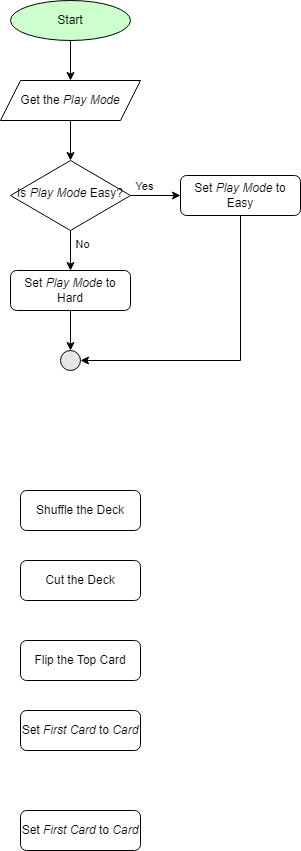
This is Red_Black_High_Low.drawio.png from ferthelet/techlelevator, a draw.io export, as it was before one commit. Source tidied: cells renumbered, new cells last; positions are measured from the earlier drawing's top-left corner, leaving out a move shared by most shapes. Its diagram source:
```xml
<mxGraphModel>
  <root>
    <mxCell id="0" />
    <mxCell id="1" parent="0" />
    <mxCell id="2" style="edgeStyle=orthogonalEdgeStyle;rounded=0;jettySize=auto;html=1;" parent="1" edge="1" source="3" target="17">
      <mxGeometry relative="1" as="geometry" />
    </mxCell>
    <mxCell id="3" value="Start" style="ellipse;whiteSpace=wrap;html=1;fillColor=#CCFFCC;" parent="1" vertex="1">
      <mxGeometry x="10" width="120" height="40" as="geometry" />
    </mxCell>
    <mxCell id="4" value="Shuffle the Deck" style="rounded=1;whiteSpace=wrap;html=1;fontSize=12;glass=0;strokeWidth=1;shadow=0;" parent="1" vertex="1">
      <mxGeometry x="20" y="490" width="120" height="40" as="geometry" />
    </mxCell>
    <mxCell id="5" value="Cut the Deck" style="rounded=1;whiteSpace=wrap;html=1;fontSize=12;glass=0;strokeWidth=1;shadow=0;" parent="1" vertex="1">
      <mxGeometry x="20" y="560" width="120" height="40" as="geometry" />
    </mxCell>
    <mxCell id="6" value="Flip the Top Card" style="rounded=1;whiteSpace=wrap;html=1;fontSize=12;glass=0;strokeWidth=1;shadow=0;" parent="1" vertex="1">
      <mxGeometry x="20" y="640" width="120" height="40" as="geometry" />
    </mxCell>
    <mxCell id="7" value="Set &lt;i&gt;First Card&lt;/i&gt; to &lt;i&gt;Card&lt;/i&gt;" style="rounded=1;whiteSpace=wrap;html=1;fontSize=12;glass=0;strokeWidth=1;shadow=0;" parent="1" vertex="1">
      <mxGeometry x="20" y="710" width="120" height="40" as="geometry" />
    </mxCell>
    <mxCell id="8" value="Set &lt;i&gt;First Card&lt;/i&gt; to &lt;i&gt;Card&lt;/i&gt;" style="rounded=1;whiteSpace=wrap;html=1;fontSize=12;glass=0;strokeWidth=1;shadow=0;" parent="1" vertex="1">
      <mxGeometry x="20" y="810" width="120" height="40" as="geometry" />
    </mxCell>
    <mxCell id="9" style="edgeStyle=orthogonalEdgeStyle;rounded=0;jettySize=auto;html=1;" parent="1" edge="1" source="13" target="19">
      <mxGeometry relative="1" as="geometry" />
    </mxCell>
    <mxCell id="10" value="No" style="edgeLabel;html=1;align=center;verticalAlign=middle;" parent="9" vertex="1">
      <mxGeometry x="0.05" y="3" relative="1" as="geometry">
        <mxPoint x="8" y="-8" as="offset" />
      </mxGeometry>
    </mxCell>
    <mxCell id="11" style="edgeStyle=orthogonalEdgeStyle;rounded=0;jettySize=auto;html=1;" parent="1" edge="1" source="13" target="15">
      <mxGeometry relative="1" as="geometry" />
    </mxCell>
    <mxCell id="12" value="Yes" style="edgeLabel;html=1;align=center;verticalAlign=middle;" parent="11" vertex="1">
      <mxGeometry x="-0.28" relative="1" as="geometry">
        <mxPoint x="-5" y="-10" as="offset" />
      </mxGeometry>
    </mxCell>
    <mxCell id="13" value="Is&lt;i&gt; Play Mode&lt;/i&gt;&amp;nbsp;Easy?" style="rhombus;whiteSpace=wrap;html=1;shadow=0;fontFamily=Helvetica;fontSize=12;align=center;strokeWidth=1;spacing=6;spacingTop=-4;" parent="1" vertex="1">
      <mxGeometry x="10" y="160" width="120" height="70" as="geometry" />
    </mxCell>
    <mxCell id="14" style="edgeStyle=orthogonalEdgeStyle;rounded=0;jettySize=auto;html=1;entryX=1;entryY=0.5;entryDx=0;entryDy=0;" parent="1" edge="1" source="15" target="20">
      <mxGeometry relative="1" as="geometry">
        <Array as="points">
          <mxPoint x="240" y="360" />
        </Array>
      </mxGeometry>
    </mxCell>
    <mxCell id="15" value="Set &lt;i&gt;Play Mode&lt;/i&gt; to Easy" style="rounded=1;whiteSpace=wrap;html=1;fontSize=12;glass=0;strokeWidth=1;shadow=0;" parent="1" vertex="1">
      <mxGeometry x="180" y="175" width="120" height="40" as="geometry" />
    </mxCell>
    <mxCell id="16" style="edgeStyle=orthogonalEdgeStyle;rounded=0;jettySize=auto;html=1;" parent="1" edge="1" source="17" target="13">
      <mxGeometry relative="1" as="geometry" />
    </mxCell>
    <mxCell id="17" value="Get the &lt;i&gt;Play Mode&lt;/i&gt;" style="shape=parallelogram;perimeter=parallelogramPerimeter;whiteSpace=wrap;html=1;fixedSize=1;" parent="1" vertex="1">
      <mxGeometry y="80" width="140" height="40" as="geometry" />
    </mxCell>
    <mxCell id="18" style="edgeStyle=orthogonalEdgeStyle;rounded=0;jettySize=auto;html=1;" parent="1" edge="1" source="19" target="20">
      <mxGeometry relative="1" as="geometry" />
    </mxCell>
    <mxCell id="19" value="Set &lt;i&gt;Play Mode&lt;/i&gt; to Hard" style="rounded=1;whiteSpace=wrap;html=1;fontSize=12;glass=0;strokeWidth=1;shadow=0;" parent="1" vertex="1">
      <mxGeometry x="10" y="270" width="120" height="40" as="geometry" />
    </mxCell>
    <mxCell id="20" style="ellipse;whiteSpace=wrap;html=1;fillColor=#E6E6E6;" parent="1" vertex="1">
      <mxGeometry x="60" y="350" width="20" height="20" as="geometry" />
    </mxCell>
  </root>
</mxGraphModel>
```
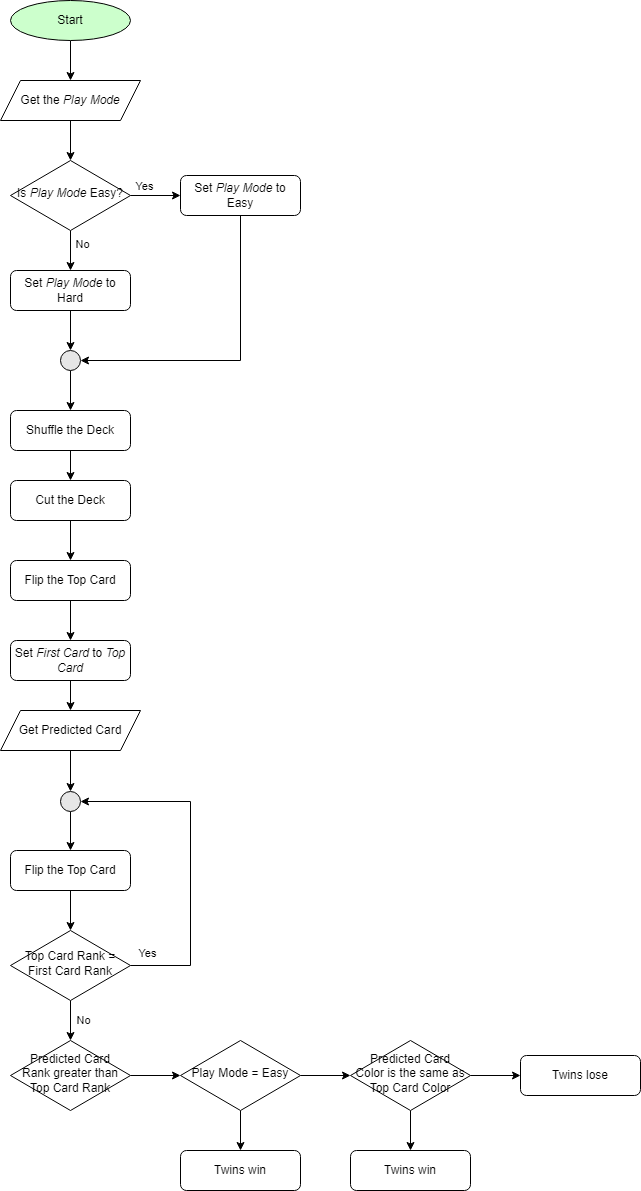
After the change.

What changed in the source:
```diff
@@ -8,21 +8,24 @@
     <mxCell id="3" value="Start" style="ellipse;whiteSpace=wrap;html=1;fillColor=#CCFFCC;" parent="1" vertex="1">
       <mxGeometry x="10" width="120" height="40" as="geometry" />
     </mxCell>
+    <mxCell id="21" style="edgeStyle=orthogonalEdgeStyle;rounded=0;jettySize=auto;html=1;entryX=0.5;entryY=0;entryDx=0;entryDy=0;" parent="1" edge="1" source="4" target="5">
+      <mxGeometry relative="1" as="geometry" />
+    </mxCell>
     <mxCell id="4" value="Shuffle the Deck" style="rounded=1;whiteSpace=wrap;html=1;fontSize=12;glass=0;strokeWidth=1;shadow=0;" parent="1" vertex="1">
-      <mxGeometry x="20" y="490" width="120" height="40" as="geometry" />
+      <mxGeometry x="10" y="410" width="120" height="40" as="geometry" />
     </mxCell>
+    <mxCell id="22" style="edgeStyle=orthogonalEdgeStyle;rounded=0;jettySize=auto;html=1;entryX=0.5;entryY=0;entryDx=0;entryDy=0;" parent="1" edge="1" source="5" target="6">
+      <mxGeometry relative="1" as="geometry" />
+    </mxCell>
     <mxCell id="5" value="Cut the Deck" style="rounded=1;whiteSpace=wrap;html=1;fontSize=12;glass=0;strokeWidth=1;shadow=0;" parent="1" vertex="1">
-      <mxGeometry x="20" y="560" width="120" height="40" as="geometry" />
+      <mxGeometry x="10" y="480" width="120" height="40" as="geometry" />
     </mxCell>
+    <mxCell id="23" style="edgeStyle=orthogonalEdgeStyle;rounded=0;jettySize=auto;html=1;entryX=0.5;entryY=0;entryDx=0;entryDy=0;" parent="1" edge="1" source="6" target="41">
+      <mxGeometry relative="1" as="geometry" />
+    </mxCell>
     <mxCell id="6" value="Flip the Top Card" style="rounded=1;whiteSpace=wrap;html=1;fontSize=12;glass=0;strokeWidth=1;shadow=0;" parent="1" vertex="1">
-      <mxGeometry x="20" y="640" width="120" height="40" as="geometry" />
+      <mxGeometry x="10" y="560" width="120" height="40" as="geometry" />
     </mxCell>
-    <mxCell id="7" value="Set &lt;i&gt;First Card&lt;/i&gt; to &lt;i&gt;Card&lt;/i&gt;" style="rounded=1;whiteSpace=wrap;html=1;fontSize=12;glass=0;strokeWidth=1;shadow=0;" parent="1" vertex="1">
-      <mxGeometry x="20" y="710" width="120" height="40" as="geometry" />
-    </mxCell>
-    <mxCell id="8" value="Set &lt;i&gt;First Card&lt;/i&gt; to &lt;i&gt;Card&lt;/i&gt;" style="rounded=1;whiteSpace=wrap;html=1;fontSize=12;glass=0;strokeWidth=1;shadow=0;" parent="1" vertex="1">
-      <mxGeometry x="20" y="810" width="120" height="40" as="geometry" />
-    </mxCell>
     <mxCell id="9" style="edgeStyle=orthogonalEdgeStyle;rounded=0;jettySize=auto;html=1;" parent="1" edge="1" source="13" target="19">
       <mxGeometry relative="1" as="geometry" />
     </mxCell>
@@ -64,8 +67,92 @@
     <mxCell id="19" value="Set &lt;i&gt;Play Mode&lt;/i&gt; to Hard" style="rounded=1;whiteSpace=wrap;html=1;fontSize=12;glass=0;strokeWidth=1;shadow=0;" parent="1" vertex="1">
       <mxGeometry x="10" y="270" width="120" height="40" as="geometry" />
     </mxCell>
+    <mxCell id="24" style="edgeStyle=orthogonalEdgeStyle;rounded=0;jettySize=auto;html=1;entryX=0.5;entryY=0;entryDx=0;entryDy=0;" parent="1" edge="1" source="20" target="4">
+      <mxGeometry relative="1" as="geometry" />
+    </mxCell>
     <mxCell id="20" style="ellipse;whiteSpace=wrap;html=1;fillColor=#E6E6E6;" parent="1" vertex="1">
       <mxGeometry x="60" y="350" width="20" height="20" as="geometry" />
     </mxCell>
+    <mxCell id="25" style="edgeStyle=orthogonalEdgeStyle;rounded=0;jettySize=auto;html=1;exitX=0.5;exitY=1;exitDx=0;exitDy=0;entryX=0.5;entryY=0;entryDx=0;entryDy=0;" parent="1" edge="1" source="26" target="48">
+      <mxGeometry relative="1" as="geometry" />
+    </mxCell>
+    <mxCell id="26" value="Get Predicted Card" style="shape=parallelogram;perimeter=parallelogramPerimeter;whiteSpace=wrap;html=1;fixedSize=1;" parent="1" vertex="1">
+      <mxGeometry y="710" width="140" height="40" as="geometry" />
+    </mxCell>
+    <mxCell id="27" style="edgeStyle=orthogonalEdgeStyle;rounded=0;jettySize=auto;html=1;" parent="1" edge="1" source="28" target="33">
+      <mxGeometry relative="1" as="geometry" />
+    </mxCell>
+    <mxCell id="28" value="Predicted Card Rank greater than Top Card Rank" style="rhombus;whiteSpace=wrap;html=1;shadow=0;fontFamily=Helvetica;fontSize=12;align=center;strokeWidth=1;spacing=6;spacingTop=-4;" parent="1" vertex="1">
+      <mxGeometry x="10" y="1040" width="120" height="70" as="geometry" />
+    </mxCell>
+    <mxCell id="29" style="edgeStyle=orthogonalEdgeStyle;rounded=0;jettySize=auto;html=1;exitX=0.5;exitY=1;exitDx=0;exitDy=0;entryX=0.5;entryY=0;entryDx=0;entryDy=0;" parent="1" edge="1" source="30" target="46">
+      <mxGeometry relative="1" as="geometry" />
+    </mxCell>
+    <mxCell id="30" value="Flip the Top Card" style="rounded=1;whiteSpace=wrap;html=1;fontSize=12;glass=0;strokeWidth=1;shadow=0;" parent="1" vertex="1">
+      <mxGeometry x="10" y="850" width="120" height="40" as="geometry" />
+    </mxCell>
+    <mxCell id="31" style="edgeStyle=orthogonalEdgeStyle;rounded=0;jettySize=auto;html=1;" parent="1" edge="1" source="33" target="38">
+      <mxGeometry relative="1" as="geometry" />
+    </mxCell>
+    <mxCell id="32" style="edgeStyle=orthogonalEdgeStyle;rounded=0;jettySize=auto;html=1;" parent="1" edge="1" source="33" target="35">
+      <mxGeometry relative="1" as="geometry" />
+    </mxCell>
+    <mxCell id="33" value="Play Mode = Easy" style="rhombus;whiteSpace=wrap;html=1;shadow=0;fontFamily=Helvetica;fontSize=12;align=center;strokeWidth=1;spacing=6;spacingTop=-4;" parent="1" vertex="1">
+      <mxGeometry x="180" y="1040" width="120" height="70" as="geometry" />
+    </mxCell>
+    <mxCell id="34" value="Twins win" style="rounded=1;whiteSpace=wrap;html=1;fontSize=12;glass=0;strokeWidth=1;shadow=0;" parent="1" vertex="1">
+      <mxGeometry x="350" y="1150" width="120" height="40" as="geometry" />
+    </mxCell>
+    <mxCell id="35" value="Twins win" style="rounded=1;whiteSpace=wrap;html=1;fontSize=12;glass=0;strokeWidth=1;shadow=0;" parent="1" vertex="1">
+      <mxGeometry x="180" y="1150" width="120" height="40" as="geometry" />
+    </mxCell>
+    <mxCell id="36" style="edgeStyle=orthogonalEdgeStyle;rounded=0;jettySize=auto;html=1;" parent="1" edge="1" source="38" target="39">
+      <mxGeometry relative="1" as="geometry" />
+    </mxCell>
+    <mxCell id="37" style="edgeStyle=orthogonalEdgeStyle;rounded=0;jettySize=auto;html=1;" parent="1" edge="1" source="38" target="34">
+      <mxGeometry relative="1" as="geometry" />
+    </mxCell>
+    <mxCell id="38" value="Predicted Card Color is the same as Top Card Color" style="rhombus;whiteSpace=wrap;html=1;shadow=0;fontFamily=Helvetica;fontSize=12;align=center;strokeWidth=1;spacing=6;spacingTop=-4;" parent="1" vertex="1">
+      <mxGeometry x="350" y="1040" width="120" height="70" as="geometry" />
+    </mxCell>
+    <mxCell id="39" value="Twins lose" style="rounded=1;whiteSpace=wrap;html=1;fontSize=12;glass=0;strokeWidth=1;shadow=0;" parent="1" vertex="1">
+      <mxGeometry x="520" y="1055" width="120" height="40" as="geometry" />
+    </mxCell>
+    <mxCell id="40" style="edgeStyle=orthogonalEdgeStyle;rounded=0;jettySize=auto;html=1;exitX=0.5;exitY=1;exitDx=0;exitDy=0;entryX=0.5;entryY=0;entryDx=0;entryDy=0;" parent="1" edge="1" source="41" target="26">
+      <mxGeometry relative="1" as="geometry" />
+    </mxCell>
+    <mxCell id="41" value="Set &lt;i&gt;First Card&lt;/i&gt; to &lt;i&gt;Top Card&lt;/i&gt;" style="rounded=1;whiteSpace=wrap;html=1;fontSize=12;glass=0;strokeWidth=1;shadow=0;" parent="1" vertex="1">
+      <mxGeometry x="10" y="640" width="120" height="40" as="geometry" />
+    </mxCell>
+    <mxCell id="42" style="edgeStyle=orthogonalEdgeStyle;rounded=0;jettySize=auto;html=1;entryX=1;entryY=0.5;entryDx=0;entryDy=0;exitX=1;exitY=0.5;exitDx=0;exitDy=0;" parent="1" edge="1" source="46" target="48">
+      <mxGeometry relative="1" as="geometry">
+        <Array as="points">
+          <mxPoint x="190" y="965" />
+          <mxPoint x="190" y="801" />
+        </Array>
+      </mxGeometry>
+    </mxCell>
+    <mxCell id="43" value="Yes" style="edgeLabel;html=1;align=center;verticalAlign=middle;" parent="42" vertex="1">
+      <mxGeometry x="-0.9" relative="1" as="geometry">
+        <mxPoint y="-13" as="offset" />
+      </mxGeometry>
+    </mxCell>
+    <mxCell id="44" style="edgeStyle=orthogonalEdgeStyle;rounded=0;jettySize=auto;html=1;entryX=0.5;entryY=0;entryDx=0;entryDy=0;" parent="1" edge="1" source="46" target="28">
+      <mxGeometry relative="1" as="geometry" />
+    </mxCell>
+    <mxCell id="45" value="No" style="edgeLabel;html=1;align=center;verticalAlign=middle;" parent="44" vertex="1">
+      <mxGeometry x="-0.05" y="1" relative="1" as="geometry">
+        <mxPoint x="11" as="offset" />
+      </mxGeometry>
+    </mxCell>
+    <mxCell id="46" value="Top Card Rank = First Card Rank" style="rhombus;whiteSpace=wrap;html=1;shadow=0;fontFamily=Helvetica;fontSize=12;align=center;strokeWidth=1;spacing=6;spacingTop=-4;" parent="1" vertex="1">
+      <mxGeometry x="10" y="930" width="120" height="70" as="geometry" />
+    </mxCell>
+    <mxCell id="47" style="edgeStyle=orthogonalEdgeStyle;rounded=0;jettySize=auto;html=1;exitX=0.5;exitY=1;exitDx=0;exitDy=0;entryX=0.5;entryY=0;entryDx=0;entryDy=0;" parent="1" edge="1" source="48" target="30">
+      <mxGeometry relative="1" as="geometry" />
+    </mxCell>
+    <mxCell id="48" style="ellipse;whiteSpace=wrap;html=1;fillColor=#E6E6E6;" parent="1" vertex="1">
+      <mxGeometry x="60" y="791" width="20" height="20" as="geometry" />
+    </mxCell>
   </root>
 </mxGraphModel>
```
